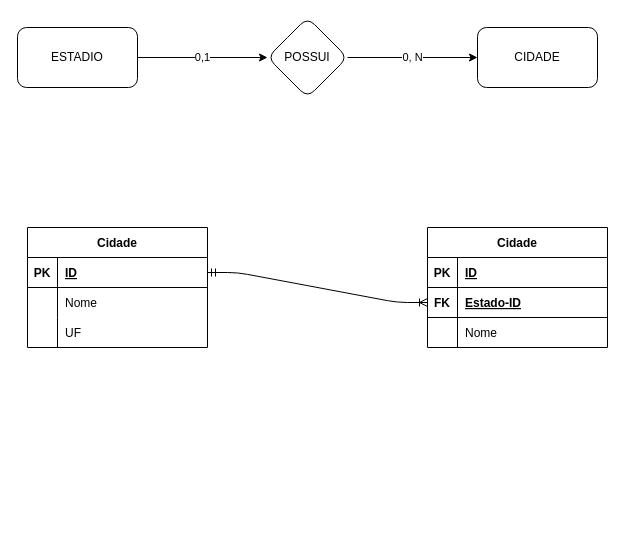
The draw.io diagram aulas/11/estados.drawio in Diogo-MD/banco-dados-SENAC, before the edit. Source tidied: cells renumbered, new cells numbered last; positions are measured from the earlier drawing's top-left corner, leaving out a move shared by most shapes. Both pictures are drawn from the tidied source at 100%, with x=0, y=0 at pixel (17, 17).
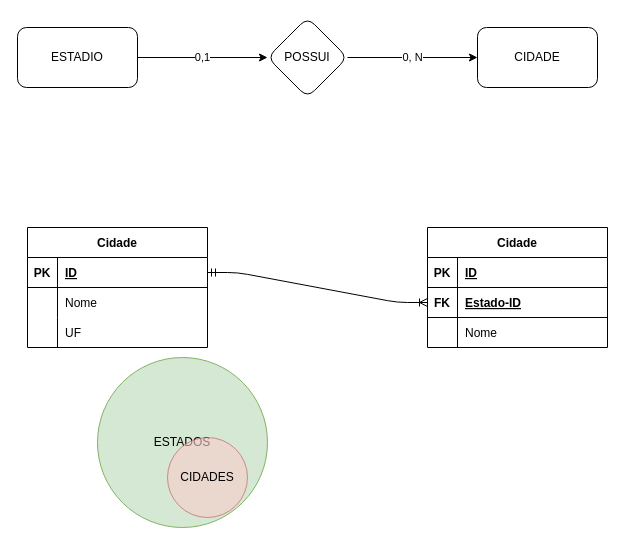
Above is the later version.

Commit message:
Atualização Estados

What changed in the source:
```diff
@@
+    <mxCell id="28" value="ESTADOS&lt;br&gt;" style="ellipse;whiteSpace=wrap;html=1;fillColor=#d5e8d4;strokeColor=#82b366;fontColor=#000000;" parent="1" vertex="1">
+      <mxGeometry x="80" y="340" width="170" height="170" as="geometry" />
+    </mxCell>
+    <mxCell id="29" value="CIDADES" style="ellipse;whiteSpace=wrap;html=1;fillColor=#f8cecc;strokeColor=#b85450;fontColor=#000000;opacity=60;" parent="1" vertex="1">
+      <mxGeometry x="150" y="420" width="80" height="80" as="geometry" />
+    </mxCell>
```
